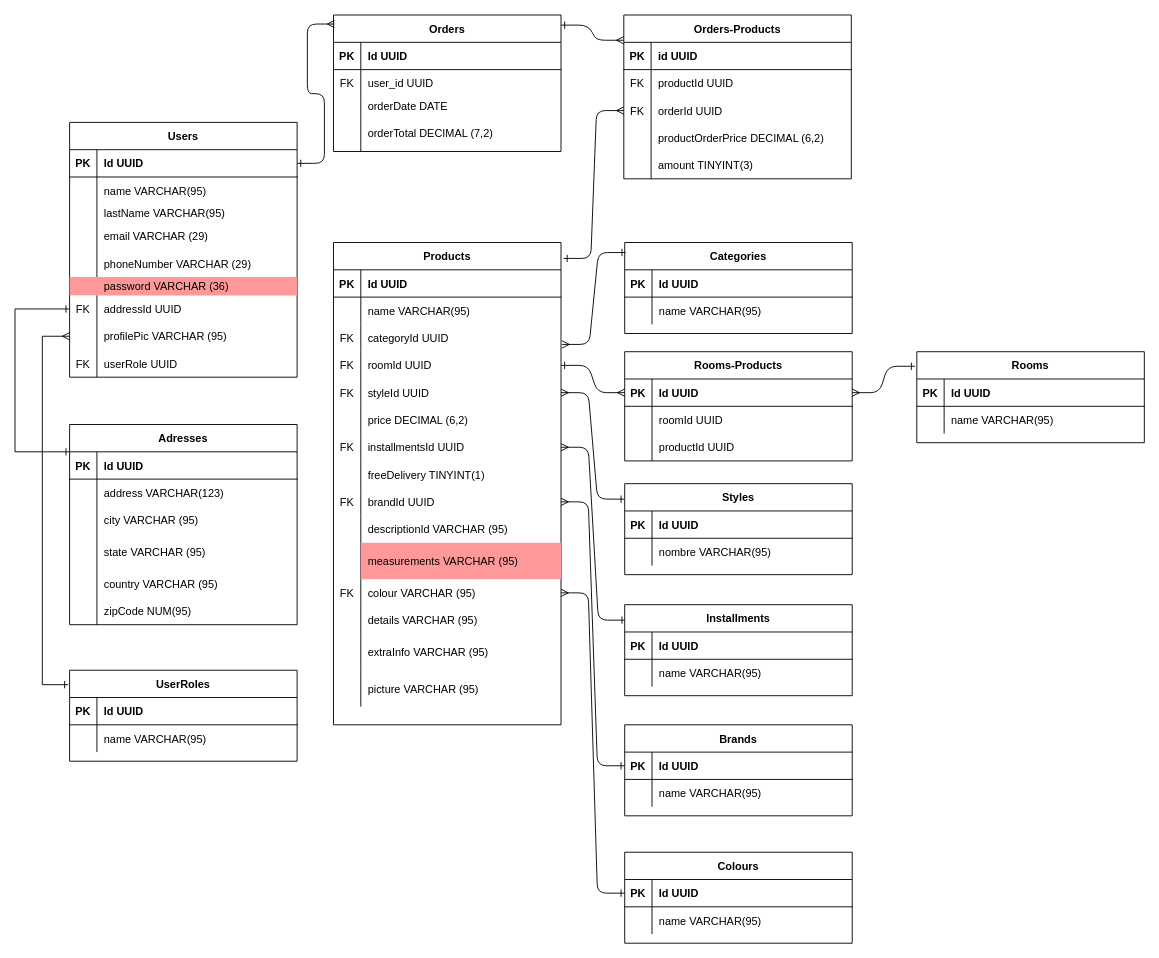
Before: Untitled Diagram.drawio in Mariana-Candia/New-repository, a draw.io diagram. Source tidied: cells renumbered, new cells numbered last; positions are measured from the earlier drawing's top-left corner, leaving out a move shared by most shapes. Both pictures are drawn from the tidied source at 91%, with x=0, y=0 at pixel (15, 15).
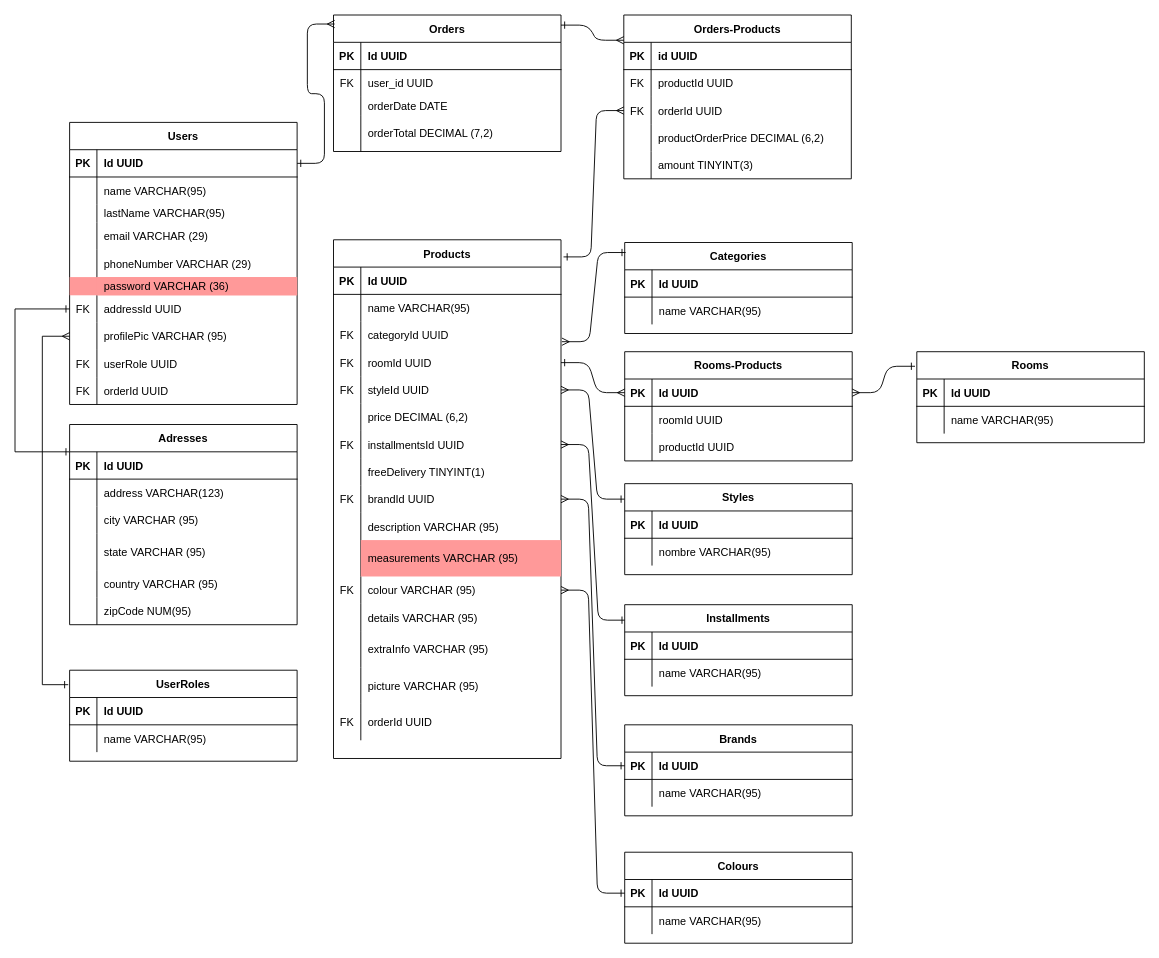
After the change.

Unchanged cells that the change refers to:
```xml
<mxCell id="31" style="shape=partialRectangle;fillColor=none;top=0;left=0;right=0;bottom=0;" parent="3" vertex="1">
  <mxGeometry y="300" width="250" height="30" as="geometry" />
</mxCell>
```

What changed in the source:
```diff
@@
     <mxCell id="3" value="Products" style="shape=table;startSize=30;childLayout=tableLayout;rowLines=0;fontStyle=1;align=center;" parent="1" vertex="1">
-      <mxGeometry x="350" y="250" width="250" height="530" as="geometry" />
+      <mxGeometry x="350" y="247" width="250" height="570" as="geometry" />
     </mxCell>
@@
-    <mxCell id="33" value="descriptionId VARCHAR (95)" style="shape=partialRectangle;overflow=hidden;fillColor=none;top=0;left=0;bottom=0;right=0;align=left;spacingLeft=6;" parent="31" vertex="1">
+    <mxCell id="33" value="description VARCHAR (95)" style="shape=partialRectangle;overflow=hidden;fillColor=none;top=0;left=0;bottom=0;right=0;align=left;spacingLeft=6;" parent="31" vertex="1">
       <mxGeometry x="30" width="220" height="30" as="geometry" />
     </mxCell>
@@
+    <mxCell id="195" style="shape=partialRectangle;fillColor=none;top=0;left=0;right=0;bottom=0;" parent="3" vertex="1">
+      <mxGeometry y="510" width="250" height="40" as="geometry" />
+    </mxCell>
+    <mxCell id="196" value="FK" style="shape=partialRectangle;overflow=hidden;fillColor=none;top=0;left=0;bottom=0;right=0;" parent="195" vertex="1">
+      <mxGeometry width="30" height="40" as="geometry" />
+    </mxCell>
+    <mxCell id="197" value="orderId UUID" style="shape=partialRectangle;overflow=hidden;fillColor=none;top=0;left=0;bottom=0;right=0;align=left;spacingLeft=6;" parent="195" vertex="1">
+      <mxGeometry x="30" width="220" height="40" as="geometry" />
+    </mxCell>
@@
     <mxCell id="57" value="Users" style="shape=table;startSize=30;childLayout=tableLayout;rowLines=0;fontStyle=1;align=center;" parent="1" vertex="1">
-      <mxGeometry x="60" y="118" width="250" height="280" as="geometry" />
+      <mxGeometry x="60" y="118" width="250" height="310" as="geometry" />
     </mxCell>
@@
+    <mxCell id="198" style="shape=partialRectangle;fillColor=none;top=0;left=0;right=0;bottom=0;" parent="57" vertex="1">
+      <mxGeometry y="280" width="250" height="30" as="geometry" />
+    </mxCell>
+    <mxCell id="199" value="FK" style="shape=partialRectangle;overflow=hidden;fillColor=none;top=0;left=0;bottom=0;right=0;" parent="198" vertex="1">
+      <mxGeometry width="30" height="30" as="geometry" />
+    </mxCell>
+    <mxCell id="200" value="orderId UUID" style="shape=partialRectangle;overflow=hidden;fillColor=none;top=0;left=0;bottom=0;right=0;align=left;spacingLeft=6;" parent="198" vertex="1">
+      <mxGeometry x="30" width="220" height="30" as="geometry" />
+    </mxCell>
```
